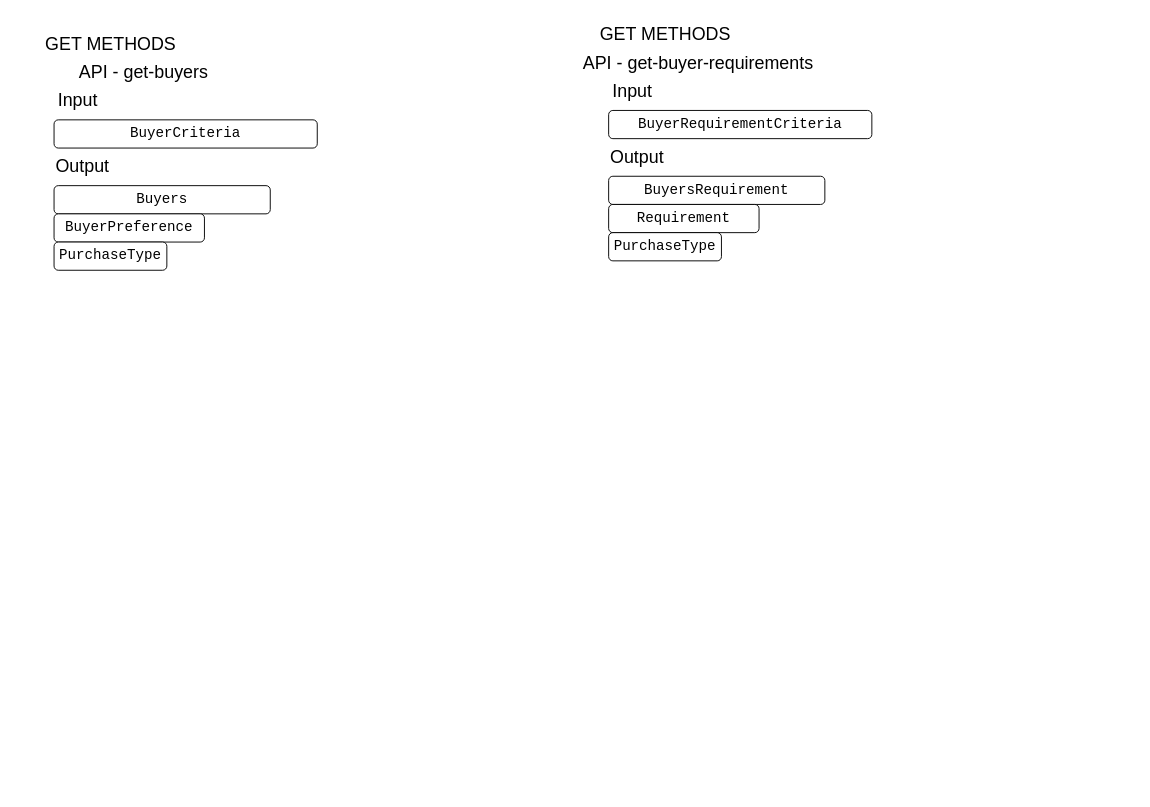
This is page "buyer-api" (5 of 8) of Agroconnect.drawio from ramprasad2018/agconnect, a draw.io file, before an edit. Source tidied: cells renumbered, new cells numbered last; positions are measured from the earlier drawing's top-left corner, leaving out a move shared by most shapes. Both pictures are drawn from the tidied source at 94%, with x=0, y=0 at pixel (35, 16).
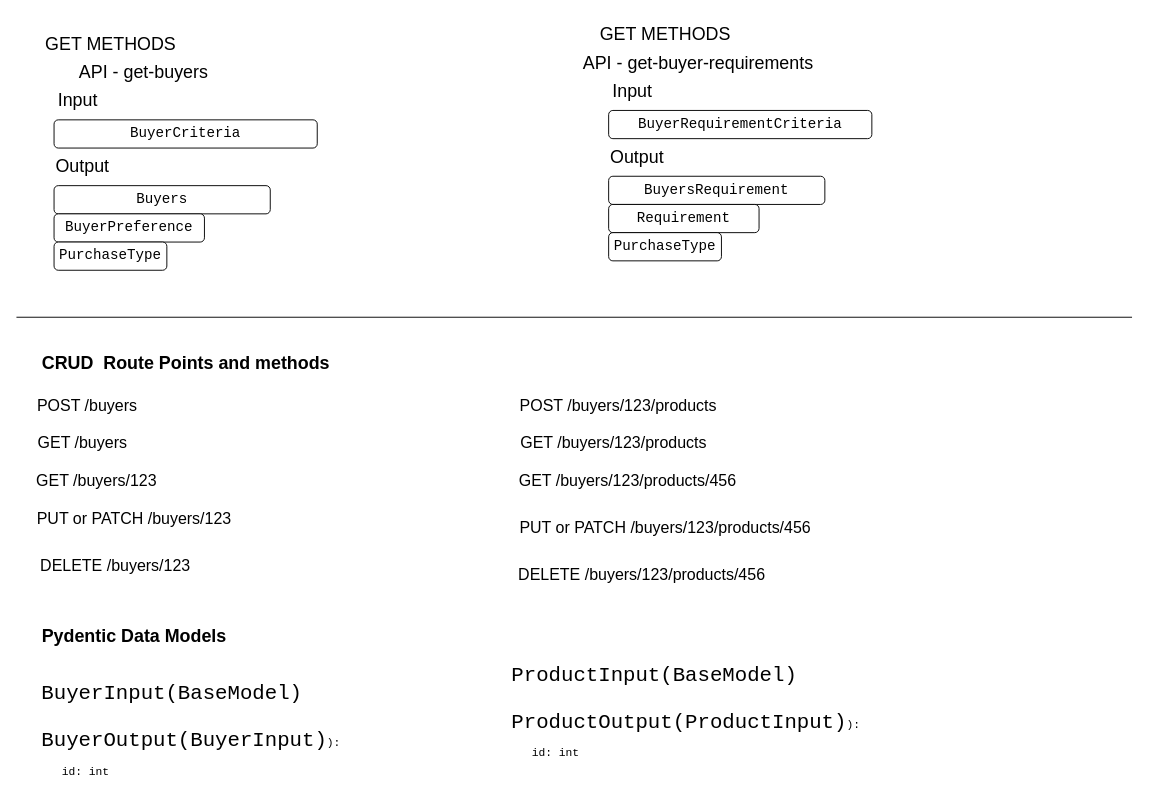
The same page after the edit.

Diff of the diagram source:
```diff
@@
+    <mxCell id="18" value="&lt;font style=&quot;font-size: 19px;&quot;&gt;&lt;b&gt;CRUD&amp;nbsp; Route Points and methods&lt;/b&gt;&lt;/font&gt;" style="text;html=1;align=center;verticalAlign=middle;fillColor=none;strokeColor=none;rounded=0;fontSize=17;" parent="1" vertex="1">
+      <mxGeometry x="-5" y="350" width="330" height="40" as="geometry" />
+    </mxCell>
+    <mxCell id="19" value="&lt;span&gt;POST /buyers&lt;/span&gt;" style="text;html=1;align=center;verticalAlign=middle;fillColor=none;strokeColor=none;rounded=0;fontSize=17;" parent="1" vertex="1">
+      <mxGeometry x="-10" y="400" width="130" height="30" as="geometry" />
+    </mxCell>
+    <mxCell id="20" value="GET /buyers" style="text;html=1;align=center;verticalAlign=middle;fillColor=none;strokeColor=none;rounded=0;fontSize=17;" parent="1" vertex="1">
+      <mxGeometry x="-10" y="440" width="120" height="30" as="geometry" />
+    </mxCell>
+    <mxCell id="21" value="GET /buyers/123" style="text;html=1;align=center;verticalAlign=middle;fillColor=none;strokeColor=none;rounded=0;fontSize=17;" parent="1" vertex="1">
+      <mxGeometry x="-10" y="480" width="150" height="30" as="geometry" />
+    </mxCell>
+    <mxCell id="22" value="PUT or PATCH /buyers/123" style="text;html=1;align=center;verticalAlign=middle;fillColor=none;strokeColor=none;rounded=0;fontSize=17;" parent="1" vertex="1">
+      <mxGeometry x="-10" y="520" width="230" height="30" as="geometry" />
+    </mxCell>
+    <mxCell id="23" value="DELETE /buyers/123" style="text;html=1;align=center;verticalAlign=middle;fillColor=none;strokeColor=none;rounded=0;fontSize=17;" parent="1" vertex="1">
+      <mxGeometry x="-5" y="570" width="180" height="30" as="geometry" />
+    </mxCell>
+    <mxCell id="24" value="POST /buyers/123/products" style="text;html=1;align=center;verticalAlign=middle;fillColor=none;strokeColor=none;rounded=0;fontSize=17;" parent="1" vertex="1">
+      <mxGeometry x="505" y="400" width="230" height="30" as="geometry" />
+    </mxCell>
+    <mxCell id="25" value="GET /buyers/123/products" style="text;html=1;align=center;verticalAlign=middle;fillColor=none;strokeColor=none;rounded=0;fontSize=17;" parent="1" vertex="1">
+      <mxGeometry x="505" y="440" width="220" height="30" as="geometry" />
+    </mxCell>
+    <mxCell id="26" value="GET /buyers/123/products/456" style="text;html=1;align=center;verticalAlign=middle;fillColor=none;strokeColor=none;rounded=0;fontSize=17;" parent="1" vertex="1">
+      <mxGeometry x="505" y="480" width="250" height="30" as="geometry" />
+    </mxCell>
+    <mxCell id="27" value="PUT or PATCH /buyers/123/products/456" style="text;html=1;align=center;verticalAlign=middle;fillColor=none;strokeColor=none;rounded=0;fontSize=17;" parent="1" vertex="1">
+      <mxGeometry x="505" y="530" width="330" height="30" as="geometry" />
+    </mxCell>
+    <mxCell id="28" value="DELETE /buyers/123/products/456" style="text;html=1;align=center;verticalAlign=middle;fillColor=none;strokeColor=none;rounded=0;fontSize=17;" parent="1" vertex="1">
+      <mxGeometry x="500" y="580" width="290" height="30" as="geometry" />
+    </mxCell>
+    <mxCell id="29" value="&lt;font style=&quot;font-size: 19px;&quot;&gt;&lt;b&gt;Pydentic Data Models&lt;/b&gt;&lt;/font&gt;" style="text;html=1;align=center;verticalAlign=middle;fillColor=none;strokeColor=none;rounded=0;fontSize=17;" parent="1" vertex="1">
+      <mxGeometry x="-5" y="640" width="220" height="40" as="geometry" />
+    </mxCell>
+    <mxCell id="30" value="&lt;pre style=&quot;background-color: rgb(255, 255, 255); color: rgb(0, 0, 0); font-family: &amp;quot;JetBrains Mono&amp;quot;, monospace;&quot;&gt;&lt;font style=&quot;font-size: 22px;&quot;&gt;BuyerInput(BaseModel)&lt;/font&gt;&lt;/pre&gt;" style="text;whiteSpace=wrap;html=1;" parent="1" vertex="1">
+      <mxGeometry x="5" y="690" width="310" height="70" as="geometry" />
+    </mxCell>
+    <mxCell id="31" value="&lt;pre style=&quot;background-color: rgb(255, 255, 255); color: rgb(0, 0, 0); font-family: &amp;quot;JetBrains Mono&amp;quot;, monospace;&quot;&gt;&lt;font style=&quot;font-size: 22px;&quot;&gt;BuyerOutput(BuyerInput)&lt;/font&gt;):&lt;/pre&gt;&lt;pre style=&quot;background-color: rgb(255, 255, 255); color: rgb(0, 0, 0); font-family: &amp;quot;JetBrains Mono&amp;quot;, monospace;&quot;&gt;   id: int&lt;/pre&gt;" style="text;whiteSpace=wrap;html=1;" parent="1" vertex="1">
+      <mxGeometry x="5" y="740" width="380" height="70" as="geometry" />
+    </mxCell>
+    <mxCell id="32" value="&lt;pre style=&quot;background-color: rgb(255, 255, 255); color: rgb(0, 0, 0); font-family: &amp;quot;JetBrains Mono&amp;quot;, monospace;&quot;&gt;&lt;font style=&quot;font-size: 22px;&quot;&gt;ProductInput(BaseModel)&lt;/font&gt;&lt;/pre&gt;" style="text;whiteSpace=wrap;html=1;" parent="1" vertex="1">
+      <mxGeometry x="505" y="670" width="310" height="70" as="geometry" />
+    </mxCell>
+    <mxCell id="33" value="&lt;pre style=&quot;background-color: rgb(255, 255, 255); color: rgb(0, 0, 0); font-family: &amp;quot;JetBrains Mono&amp;quot;, monospace;&quot;&gt;&lt;font style=&quot;font-size: 22px;&quot;&gt;ProductOutput(ProductInput)&lt;/font&gt;):&lt;/pre&gt;&lt;pre style=&quot;background-color: rgb(255, 255, 255); color: rgb(0, 0, 0); font-family: &amp;quot;JetBrains Mono&amp;quot;, monospace;&quot;&gt;   id: int&lt;/pre&gt;" style="text;whiteSpace=wrap;html=1;" parent="1" vertex="1">
+      <mxGeometry x="505" y="720" width="380" height="70" as="geometry" />
+    </mxCell>
+    <mxCell id="34" style="endArrow=none;html=1;rounded=0;fontSize=22;" parent="1" edge="1">
+      <mxGeometry relative="1" as="geometry">
+        <mxPoint x="-20" y="320" as="sourcePoint" />
+        <mxPoint x="1166.8" y="320" as="targetPoint" />
+      </mxGeometry>
+    </mxCell>
```
